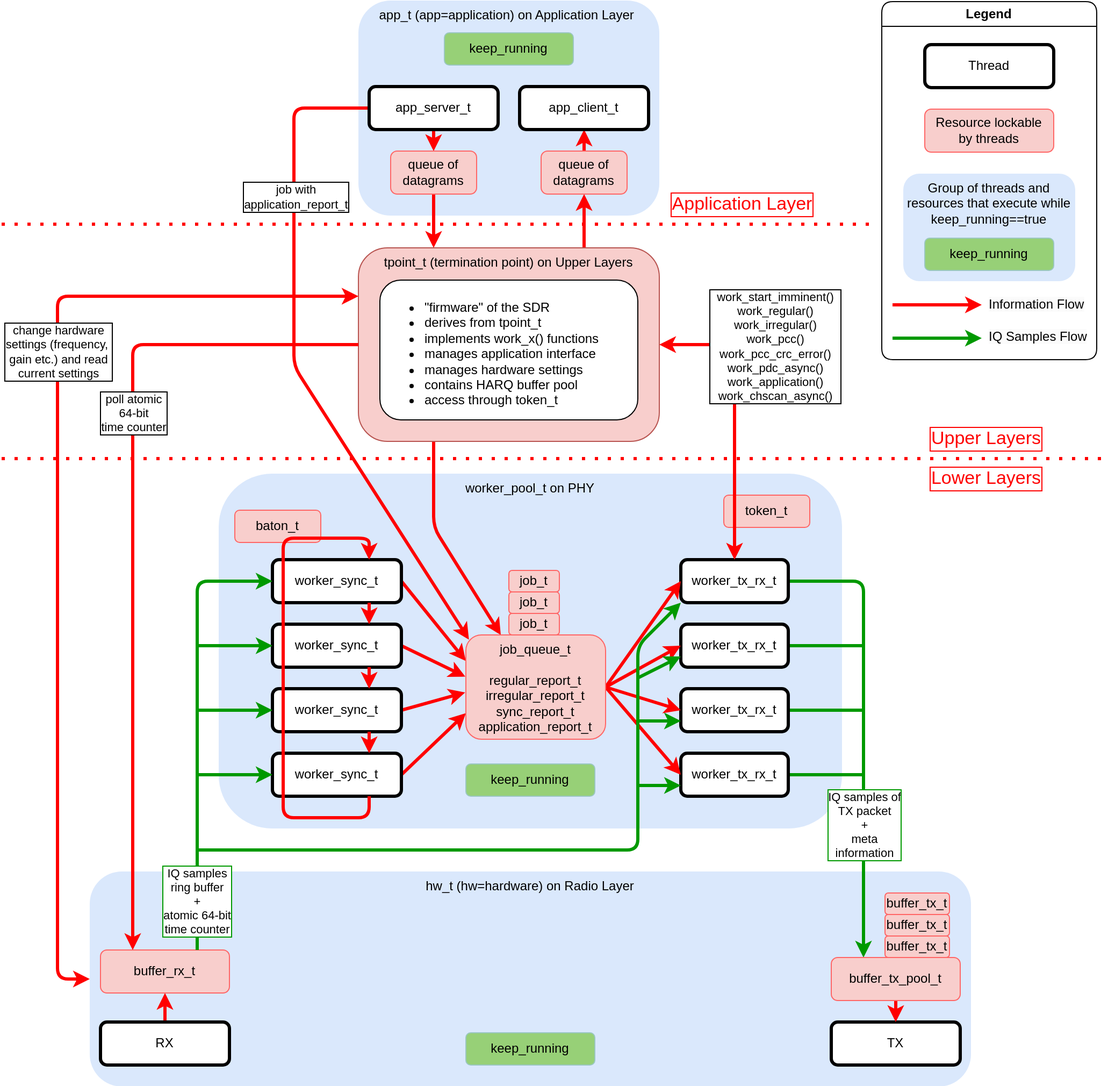
Before: docs/sdr_architecture.drawio.png, a diagram exported from draw.io (maxpenner/DECT-NR-Plus-SDR). Source tidied: cells renumbered, new cells last; positions are measured from the earlier drawing's top-left corner, leaving out a move shared by most shapes.
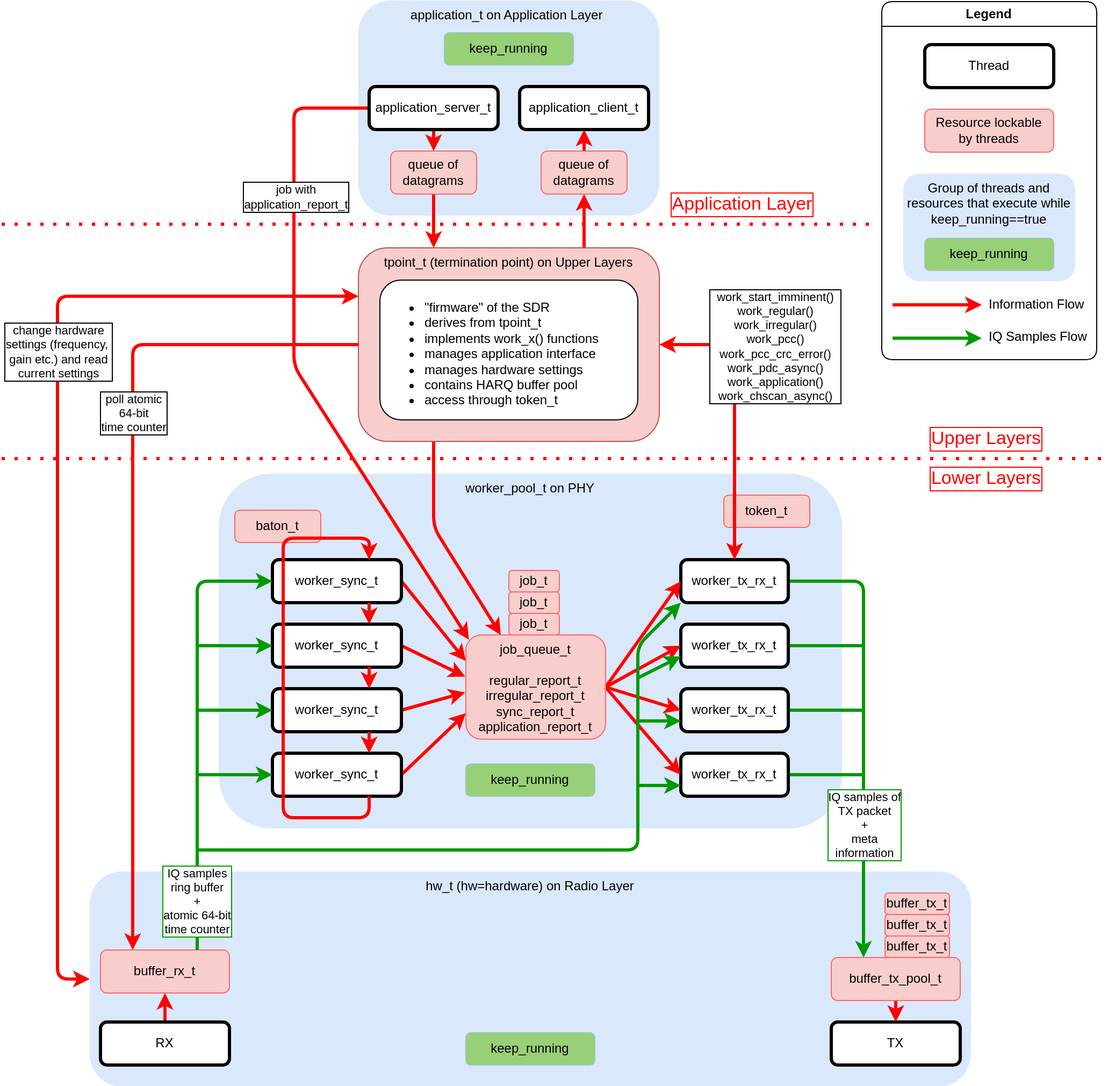
The same diagram one commit later.

Diff of the diagram source:
```diff
@@ -18,7 +18,7 @@
         </Array>
       </mxGeometry>
     </mxCell>
-    <mxCell id="5" value="app_t (app=application) on Application Layer&amp;nbsp;" style="rounded=1;whiteSpace=wrap;html=1;fillColor=#dae8fc;strokeColor=none;verticalAlign=top;dashed=1;" parent="1" vertex="1">
+    <mxCell id="5" value="application_t on Application Layer&amp;nbsp;" style="rounded=1;whiteSpace=wrap;html=1;fillColor=#dae8fc;strokeColor=none;verticalAlign=top;dashed=1;" parent="1" vertex="1">
       <mxGeometry x="332" width="280" height="200" as="geometry" />
     </mxCell>
     <mxCell id="6" style="endArrow=classic;html=1;rounded=1;exitX=0;exitY=0.5;exitDx=0;exitDy=0;entryX=0.022;entryY=0.045;entryDx=0;entryDy=0;strokeColor=light-dark(#ff0000, #ededed);strokeWidth=3;entryPerimeter=0;" parent="1" edge="1" source="49" target="43">
@@ -171,13 +171,13 @@
     <mxCell id="48" style="edgeStyle=orthogonalEdgeStyle;rounded=1;jettySize=auto;html=1;entryX=0.5;entryY=0;entryDx=0;entryDy=0;exitX=0.5;exitY=1;exitDx=0;exitDy=0;strokeColor=light-dark(#ff0000, #ededed);strokeWidth=3;" parent="1" edge="1" source="49" target="60">
       <mxGeometry relative="1" as="geometry" />
     </mxCell>
-    <mxCell id="49" value="app_server_t" style="rounded=1;whiteSpace=wrap;html=1;strokeWidth=3;" parent="1" vertex="1">
+    <mxCell id="49" value="application_server_t" style="rounded=1;whiteSpace=wrap;html=1;strokeWidth=3;" parent="1" vertex="1">
       <mxGeometry x="342" y="80" width="120" height="40" as="geometry" />
     </mxCell>
     <mxCell id="50" style="edgeStyle=orthogonalEdgeStyle;rounded=1;jettySize=auto;html=1;exitX=0.5;exitY=0;exitDx=0;exitDy=0;entryX=0.5;entryY=1;entryDx=0;entryDy=0;strokeColor=light-dark(#ff0000, #ededed);strokeWidth=3;" parent="1" edge="1" source="59" target="51">
       <mxGeometry relative="1" as="geometry" />
     </mxCell>
-    <mxCell id="51" value="app_client_t" style="rounded=1;whiteSpace=wrap;html=1;fillColor=default;strokeColor=#000000;strokeWidth=3;" parent="1" vertex="1">
+    <mxCell id="51" value="application_client_t" style="rounded=1;whiteSpace=wrap;html=1;fillColor=default;strokeColor=#000000;strokeWidth=3;" parent="1" vertex="1">
       <mxGeometry x="482" y="80" width="120" height="40" as="geometry" />
     </mxCell>
     <mxCell id="52" value="keep_running" style="rounded=1;whiteSpace=wrap;html=1;fillColor=#97D077;strokeColor=#9AC7BF;strokeWidth=1;" parent="1" vertex="1">
```
